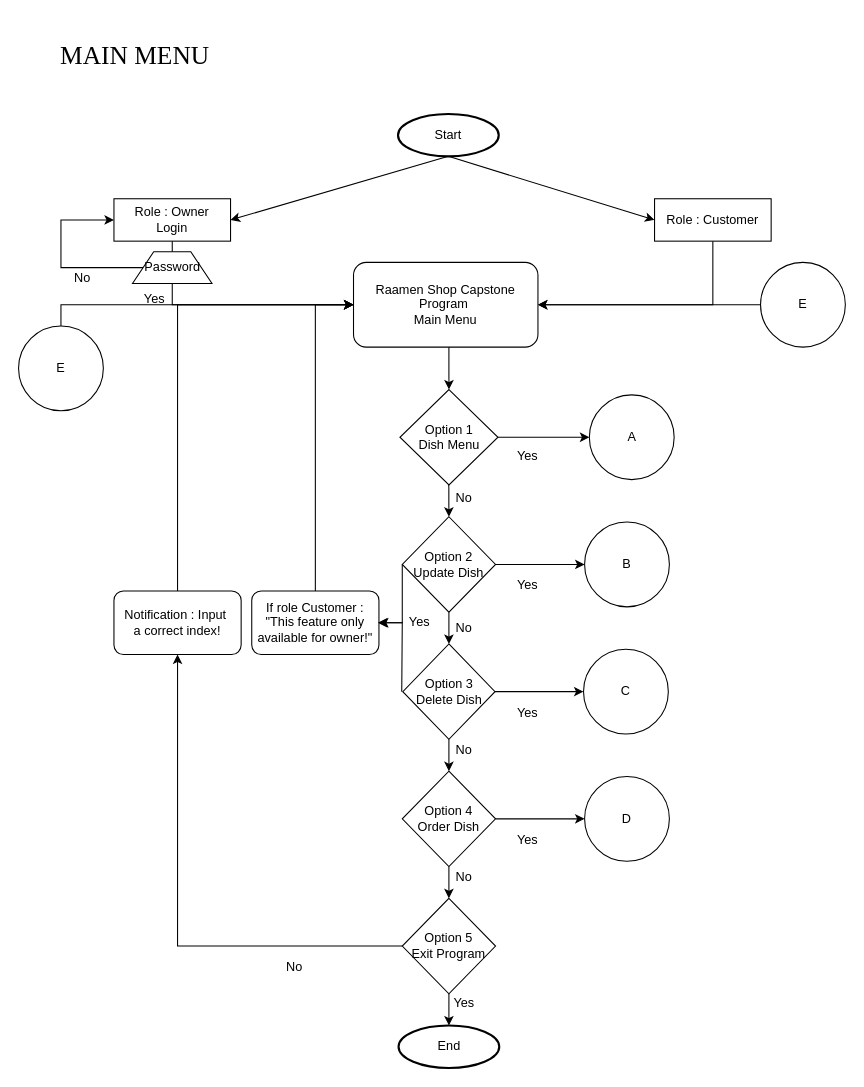
Earlier version of the draw.io diagram page "Page-1" (1 of 5) of Raamen_shop_flow.drawio (qemhal14/raamen_shop). Source tidied: cells renumbered, new cells numbered last; positions are measured from the earlier drawing's top-left corner, leaving out a move shared by most shapes. Both pictures are drawn from the tidied source at 106%, with x=0, y=0 at pixel (18, 18).
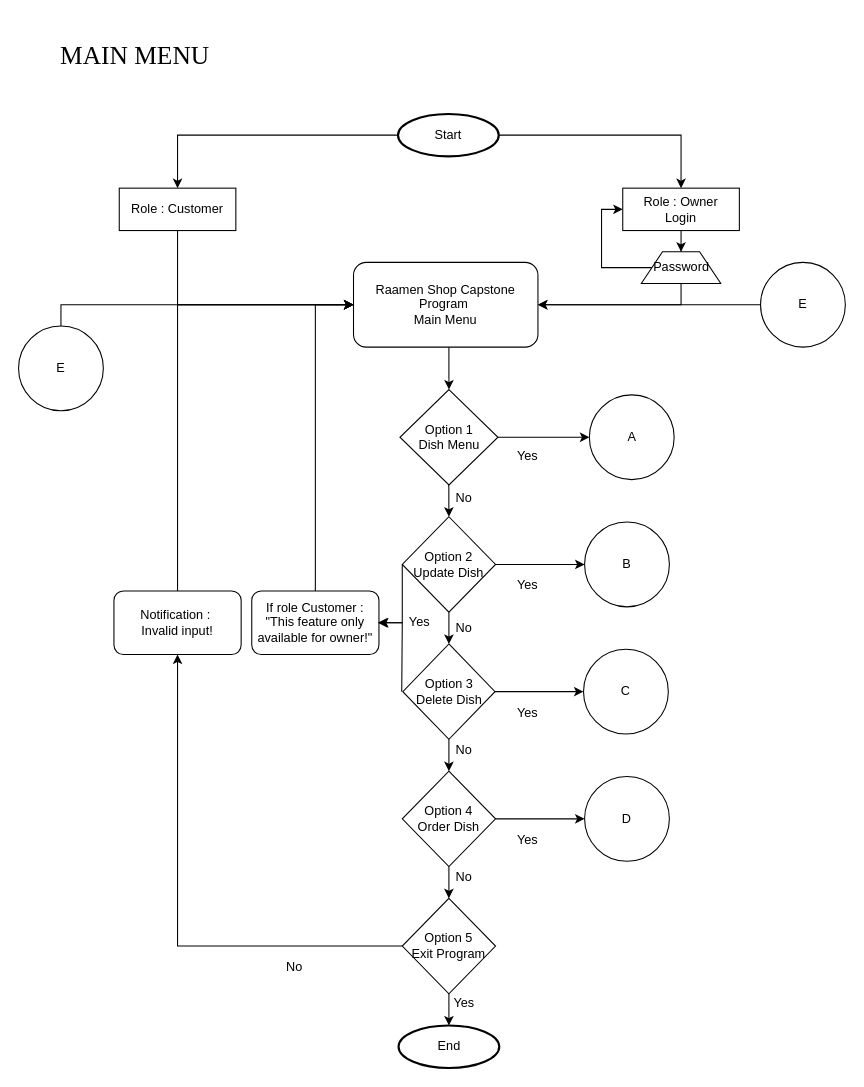
After the change.

The change refers to these unchanged cells:
```xml
<mxCell id="2" value="Start" style="strokeWidth=2;html=1;shape=mxgraph.flowchart.start_1;whiteSpace=wrap;" parent="1" vertex="1">
  <mxGeometry x="358" y="90" width="95" height="40" as="geometry" />
</mxCell>
<mxCell id="6" value="Raamen Shop Capstone Program&amp;nbsp;&lt;div&gt;Main Menu&lt;/div&gt;" style="rounded=1;whiteSpace=wrap;html=1;" parent="1" vertex="1">
  <mxGeometry x="316" y="230" width="174" height="80" as="geometry" />
</mxCell>
```

What changed in the source:
```diff
@@
+    <mxCell id="22" style="edgeStyle=orthogonalEdgeStyle;rounded=0;jettySize=auto;html=1;exitX=0;exitY=0.5;exitDx=0;exitDy=0;exitPerimeter=0;entryX=0.5;entryY=0;entryDx=0;entryDy=0;" parent="1" edge="1" source="2" target="5">
+      <mxGeometry relative="1" as="geometry" />
+    </mxCell>
+    <mxCell id="21" style="edgeStyle=orthogonalEdgeStyle;rounded=0;jettySize=auto;html=1;exitX=1;exitY=0.5;exitDx=0;exitDy=0;exitPerimeter=0;entryX=0.5;entryY=0;entryDx=0;entryDy=0;" parent="1" edge="1" source="2" target="4">
+      <mxGeometry relative="1" as="geometry" />
+    </mxCell>
@@
+    <mxCell id="57" style="edgeStyle=orthogonalEdgeStyle;rounded=0;jettySize=auto;html=1;exitX=0.5;exitY=1;exitDx=0;exitDy=0;" parent="1" edge="1" source="4" target="49">
+      <mxGeometry relative="1" as="geometry" />
+    </mxCell>
     <mxCell id="4" value="Role : Owner&lt;div&gt;Login&lt;/div&gt;" style="rounded=0;whiteSpace=wrap;html=1;" parent="1" vertex="1">
-      <mxGeometry x="90" y="170" width="110" height="40" as="geometry" />
+      <mxGeometry x="570" y="160" width="110" height="40" as="geometry" />
     </mxCell>
+    <mxCell id="24" style="edgeStyle=orthogonalEdgeStyle;rounded=0;jettySize=auto;html=1;exitX=0.5;exitY=1;exitDx=0;exitDy=0;entryX=0;entryY=0.5;entryDx=0;entryDy=0;" parent="1" edge="1" source="5" target="6">
+      <mxGeometry relative="1" as="geometry" />
+    </mxCell>
     <mxCell id="5" value="Role : Customer" style="rounded=0;whiteSpace=wrap;html=1;" parent="1" vertex="1">
-      <mxGeometry x="600" y="170" width="110" height="40" as="geometry" />
+      <mxGeometry x="95" y="160" width="110" height="40" as="geometry" />
     </mxCell>
@@
-    <mxCell id="21" style="endArrow=classic;html=1;rounded=0;exitX=0.5;exitY=1;exitDx=0;exitDy=0;exitPerimeter=0;entryX=1;entryY=0.5;entryDx=0;entryDy=0;" parent="1" edge="1" source="2" target="4">
-      <mxGeometry relative="1" as="geometry" />
-    </mxCell>
-    <mxCell id="22" style="endArrow=classic;html=1;rounded=0;exitX=0.5;exitY=1;exitDx=0;exitDy=0;exitPerimeter=0;entryX=0;entryY=0.5;entryDx=0;entryDy=0;" parent="1" edge="1" source="2" target="5">
-      <mxGeometry relative="1" as="geometry" />
-    </mxCell>
-    <mxCell id="23" style="endArrow=classic;html=1;rounded=0;exitX=0.5;exitY=1;exitDx=0;exitDy=0;entryX=0;entryY=0.5;entryDx=0;entryDy=0;" parent="1" edge="1" source="4" target="6">
-      <mxGeometry relative="1" as="geometry">
-        <Array as="points">
-          <mxPoint x="145" y="270" />
-        </Array>
-      </mxGeometry>
-    </mxCell>
-    <mxCell id="24" style="endArrow=classic;html=1;rounded=0;exitX=0.5;exitY=1;exitDx=0;exitDy=0;entryX=1;entryY=0.5;entryDx=0;entryDy=0;" parent="1" edge="1" source="5" target="6">
-      <mxGeometry relative="1" as="geometry">
-        <Array as="points">
-          <mxPoint x="655" y="270" />
-        </Array>
-      </mxGeometry>
-    </mxCell>
@@
-    <mxCell id="27" value="Notification : Input&amp;nbsp;&lt;div&gt;a correct index!&lt;/div&gt;" style="rounded=1;whiteSpace=wrap;html=1;" parent="1" vertex="1">
+    <mxCell id="27" value="Notification :&amp;nbsp;&lt;div&gt;Invalid input!&lt;/div&gt;" style="rounded=1;whiteSpace=wrap;html=1;" parent="1" vertex="1">
       <mxGeometry x="90" y="540" width="120" height="60" as="geometry" />
     </mxCell>
@@
+    <mxCell id="58" style="edgeStyle=orthogonalEdgeStyle;rounded=0;jettySize=auto;html=1;exitX=0.5;exitY=1;exitDx=0;exitDy=0;entryX=1;entryY=0.5;entryDx=0;entryDy=0;" parent="1" edge="1" source="49" target="6">
+      <mxGeometry relative="1" as="geometry" />
+    </mxCell>
+    <mxCell id="50" style="edgeStyle=orthogonalEdgeStyle;rounded=0;jettySize=auto;html=1;exitX=0;exitY=0.5;exitDx=0;exitDy=0;entryX=0;entryY=0.5;entryDx=0;entryDy=0;" parent="1" edge="1" source="49" target="4">
+      <mxGeometry relative="1" as="geometry">
+        <Array as="points">
+          <mxPoint x="550" y="235" />
+          <mxPoint x="550" y="180" />
+        </Array>
+      </mxGeometry>
+    </mxCell>
     <mxCell id="49" value="Password" style="shape=trapezoid;perimeter=trapezoidPerimeter;whiteSpace=wrap;html=1;fixedSize=1;" parent="1" vertex="1">
-      <mxGeometry x="107.5" y="220" width="75" height="30" as="geometry" />
+      <mxGeometry x="587.5" y="220" width="75" height="30" as="geometry" />
     </mxCell>
-    <mxCell id="50" style="endArrow=classic;html=1;rounded=0;exitX=0;exitY=0.5;exitDx=0;exitDy=0;entryX=0;entryY=0.5;entryDx=0;entryDy=0;" parent="1" edge="1" source="49" target="4">
-      <mxGeometry relative="1" as="geometry">
-        <Array as="points">
-          <mxPoint x="90" y="235" />
-          <mxPoint x="40" y="235" />
-          <mxPoint x="40" y="190" />
-        </Array>
-      </mxGeometry>
-    </mxCell>
-    <mxCell id="51" value="Yes" style="text;html=1;align=center;verticalAlign=middle;strokeColor=none;fillColor=none;" parent="1" vertex="1">
-      <mxGeometry x="107.5" y="250" width="40" height="30" as="geometry" />
-    </mxCell>
-    <mxCell id="52" value="No" style="text;html=1;align=center;verticalAlign=middle;strokeColor=none;fillColor=none;" parent="1" vertex="1">
-      <mxGeometry x="40" y="230" width="40" height="30" as="geometry" />
-    </mxCell>
```
